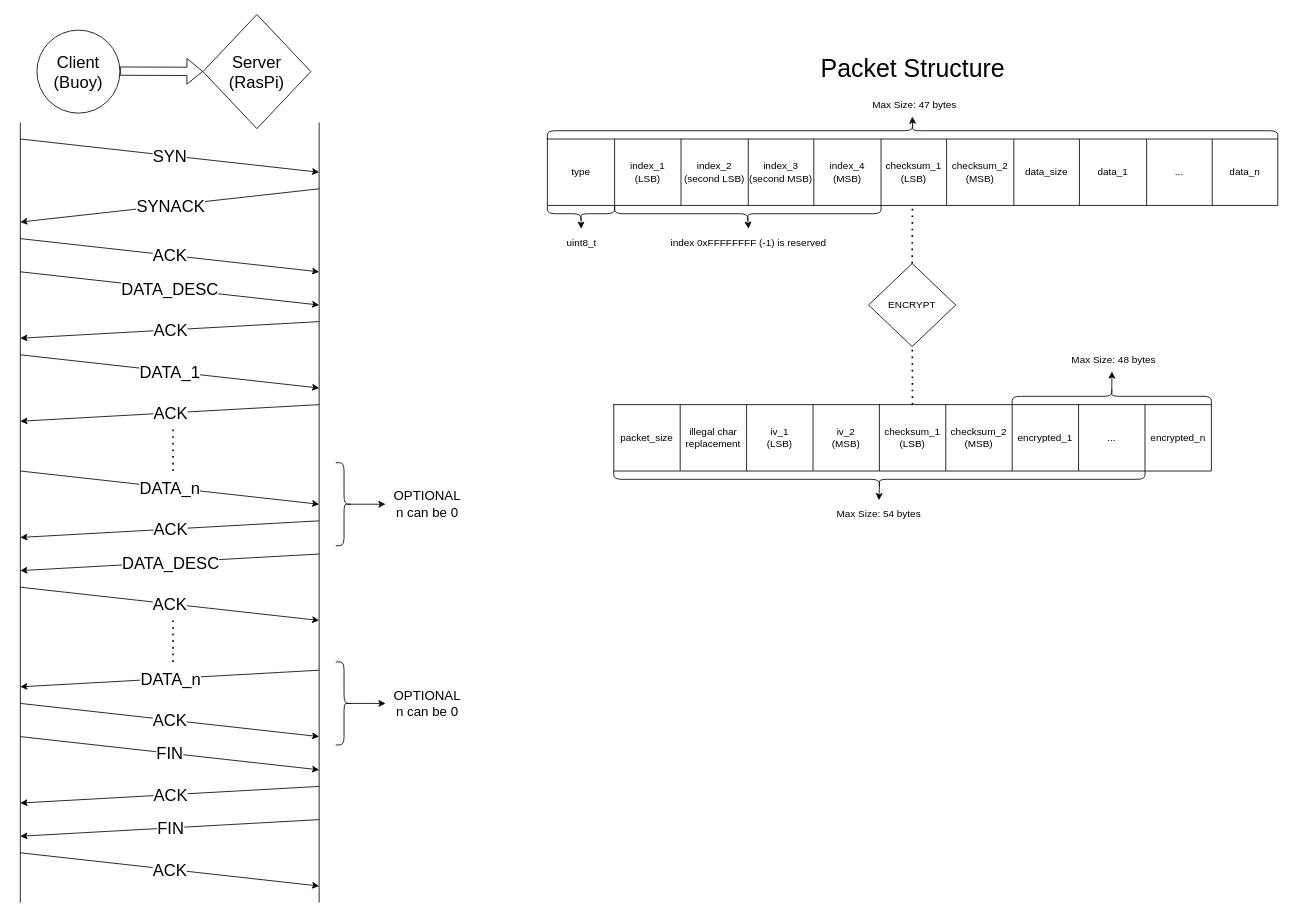
Before: buoy_com_protocol.drawio in nickomodee/buoy-stm32, a draw.io diagram. Source tidied: cells renumbered, new cells numbered last; positions are measured from the earlier drawing's top-left corner, leaving out a move shared by most shapes. Both pictures are drawn from the tidied source at 83%, with x=0, y=0 at pixel (20, 14).
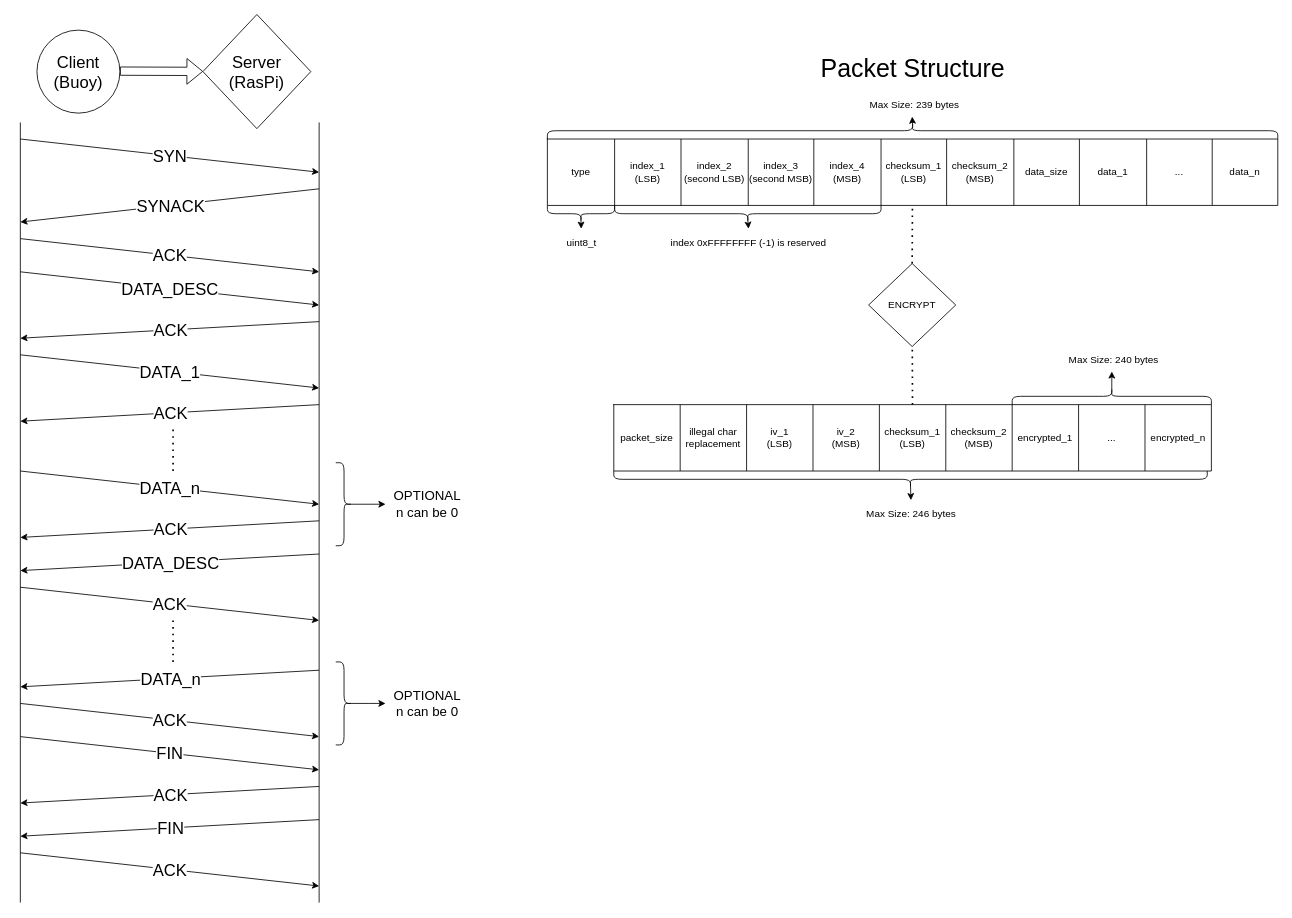
Above is the later version.

Change to the diagram source:
```diff
@@
-    <mxCell id="69" value="Max Size: 47 bytes" style="text;html=1;align=center;verticalAlign=middle;points=[];strokeColor=none;fillColor=none;" parent="1" vertex="1">
-      <mxGeometry x="1016.5" y="94" width="120" height="30" as="geometry" />
+    <mxCell id="69" value="Max Size: 239 bytes" style="text;html=1;align=center;verticalAlign=middle;points=[];strokeColor=none;fillColor=none;" parent="1" vertex="1">
+      <mxGeometry x="1011.5" y="94" width="130" height="30" as="geometry" />
     </mxCell>
@@
-    <mxCell id="86" value="Max Size: 48 bytes" style="text;html=1;align=center;verticalAlign=middle;points=[];strokeColor=none;fillColor=none;" parent="1" vertex="1">
-      <mxGeometry x="1257" y="401" width="120" height="30" as="geometry" />
+    <mxCell id="86" value="Max Size: 240 bytes" style="text;html=1;align=center;verticalAlign=middle;points=[];strokeColor=none;fillColor=none;" parent="1" vertex="1">
+      <mxGeometry x="1252" y="401" width="130" height="30" as="geometry" />
     </mxCell>
@@
     <mxCell id="91" style="shape=curlyBracket;whiteSpace=wrap;html=1;rounded=1;flipH=1;labelPosition=right;verticalLabelPosition=middle;align=left;verticalAlign=middle;size=0.5;direction=south;flipV=1;" parent="1" vertex="1">
-      <mxGeometry x="715" y="550" width="640" height="20" as="geometry" />
+      <mxGeometry x="715" y="550" width="715" height="20" as="geometry" />
     </mxCell>
-    <mxCell id="92" value="Max Size: 54 bytes" style="text;html=1;align=center;verticalAlign=middle;points=[];strokeColor=none;fillColor=none;" parent="1" vertex="1">
-      <mxGeometry x="974" y="587" width="120" height="30" as="geometry" />
+    <mxCell id="92" value="Max Size: 246 bytes" style="text;html=1;align=center;verticalAlign=middle;points=[];strokeColor=none;fillColor=none;" parent="1" vertex="1">
+      <mxGeometry x="1007.5" y="587" width="130" height="30" as="geometry" />
     </mxCell>
```
